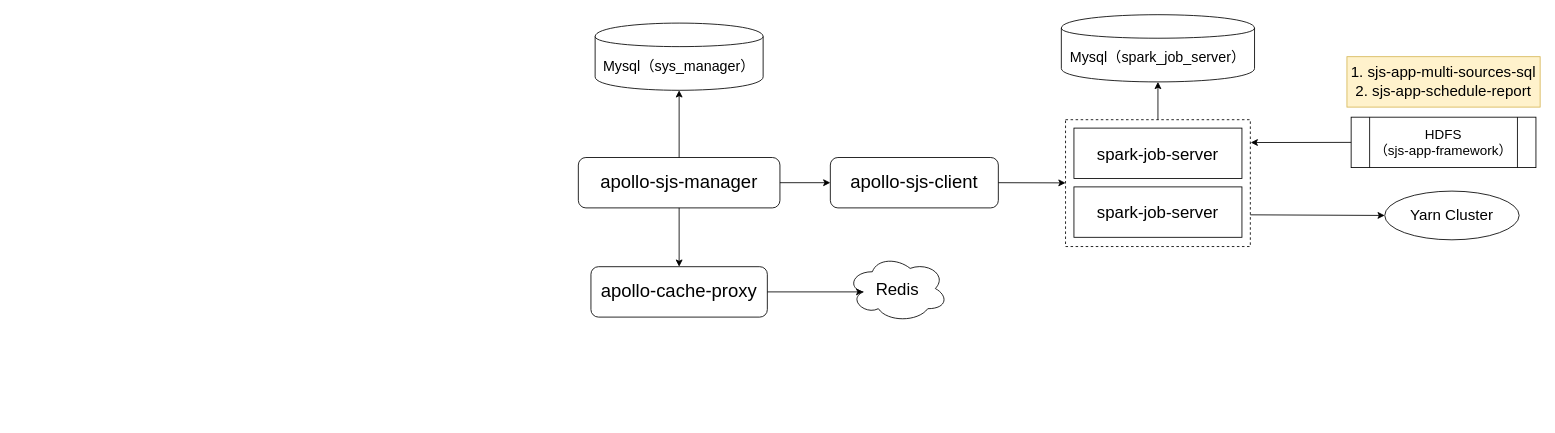
The draw.io diagram map/sjs架构图.drawio in imperio-wxm/draw, before the edit. Source tidied: cells renumbered, new cells numbered last; positions are measured from the earlier drawing's top-left corner, leaving out a move shared by most shapes. Both pictures are drawn from the tidied source at 84%, with x=0, y=0 at pixel (578, 14).
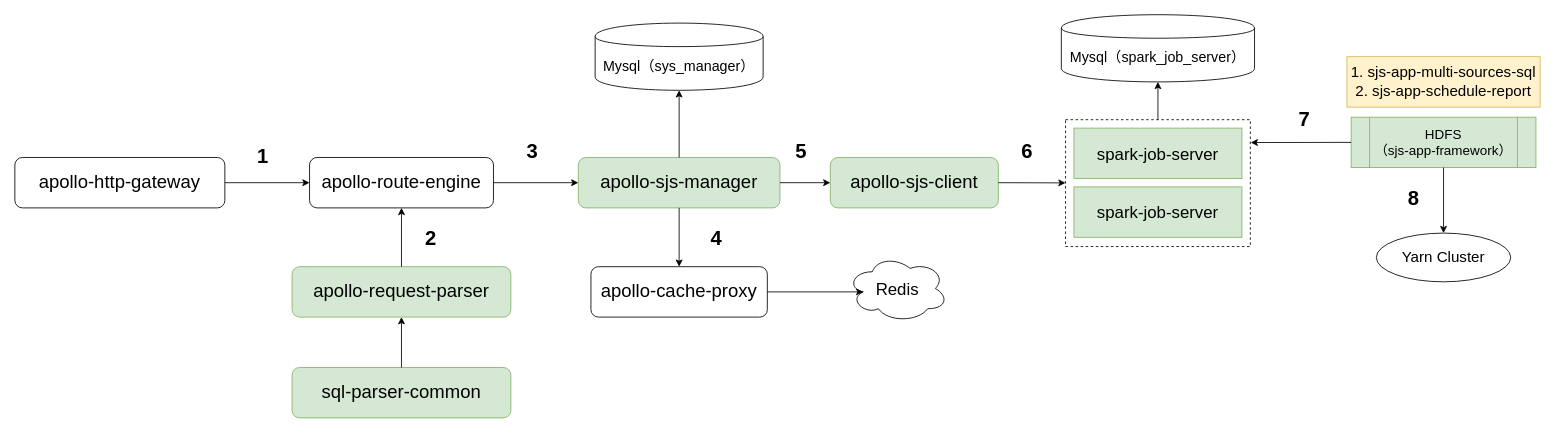
After the change.

Commit message:
更新sjs架构图.drawio

The change refers to these unchanged cells:
```xml
<mxCell id="10" style="group;" parent="1" vertex="1">
  <mxGeometry x="580" y="125" width="220" height="150" as="geometry" />
</mxCell>
<mxCell id="11" style="rounded=0;whiteSpace=wrap;html=1;fillColor=none;dashed=1;" parent="10" vertex="1">
  <mxGeometry width="220" height="151" as="geometry" />
</mxCell>
```

What changed in the source:
```diff
@@
-    <mxCell id="2" value="&lt;font style=&quot;font-size: 22px&quot;&gt;apollo-sjs-manager&lt;/font&gt;" style="rounded=1;whiteSpace=wrap;html=1;" parent="1" vertex="1">
+    <mxCell id="2" value="&lt;font style=&quot;font-size: 22px&quot;&gt;apollo-sjs-manager&lt;/font&gt;" style="rounded=1;whiteSpace=wrap;html=1;fillColor=#d5e8d4;strokeColor=#82b366;" parent="1" vertex="1">
       <mxGeometry y="170" width="240" height="60" as="geometry" />
     </mxCell>
@@
-    <mxCell id="9" value="&lt;font style=&quot;font-size: 22px&quot;&gt;apollo-sjs-client&lt;/font&gt;" style="rounded=1;whiteSpace=wrap;html=1;" parent="1" vertex="1">
+    <mxCell id="9" value="&lt;font style=&quot;font-size: 22px&quot;&gt;apollo-sjs-client&lt;/font&gt;" style="rounded=1;whiteSpace=wrap;html=1;fillColor=#d5e8d4;strokeColor=#82b366;" parent="1" vertex="1">
       <mxGeometry x="300" y="170" width="200" height="60" as="geometry" />
     </mxCell>
@@
-    <mxCell id="12" value="&lt;font style=&quot;font-size: 20px&quot;&gt;spark-job-server&lt;/font&gt;" style="rounded=0;whiteSpace=wrap;html=1;" parent="10" vertex="1">
+    <mxCell id="12" value="&lt;font style=&quot;font-size: 20px&quot;&gt;spark-job-server&lt;/font&gt;" style="rounded=0;whiteSpace=wrap;html=1;fillColor=#d5e8d4;strokeColor=#82b366;" parent="10" vertex="1">
       <mxGeometry x="10" y="10" width="200" height="60" as="geometry" />
     </mxCell>
-    <mxCell id="13" value="&lt;font style=&quot;font-size: 20px&quot;&gt;spark-job-server&lt;/font&gt;" style="rounded=0;whiteSpace=wrap;html=1;" parent="10" vertex="1">
+    <mxCell id="13" value="&lt;font style=&quot;font-size: 20px&quot;&gt;spark-job-server&lt;/font&gt;" style="rounded=0;whiteSpace=wrap;html=1;fillColor=#d5e8d4;strokeColor=#82b366;" parent="10" vertex="1">
       <mxGeometry x="10" y="80" width="200" height="60" as="geometry" />
     </mxCell>
@@
-    <mxCell id="18" value="&lt;font style=&quot;font-size: 16px&quot;&gt;HDFS&lt;br&gt;（sjs-app-framework）&lt;/font&gt;" style="shape=process;whiteSpace=wrap;html=1;backgroundOutline=1;fillColor=none;" parent="1" vertex="1">
+    <mxCell id="18" value="&lt;font style=&quot;font-size: 16px&quot;&gt;HDFS&lt;br&gt;（sjs-app-framework）&lt;/font&gt;" style="shape=process;whiteSpace=wrap;html=1;backgroundOutline=1;fillColor=#d5e8d4;strokeColor=#82b366;" parent="1" vertex="1">
       <mxGeometry x="920" y="122" width="220" height="60" as="geometry" />
     </mxCell>
@@
     <mxCell id="20" value="&lt;font style=&quot;font-size: 18px&quot;&gt;Yarn Cluster&lt;/font&gt;" style="ellipse;whiteSpace=wrap;html=1;fillColor=none;" parent="1" vertex="1">
-      <mxGeometry x="960" y="210" width="160" height="58" as="geometry" />
+      <mxGeometry x="950" y="260" width="160" height="58" as="geometry" />
     </mxCell>
-    <mxCell id="21" style="endArrow=classic;html=1;exitX=1;exitY=0.75;exitDx=0;exitDy=0;entryX=0;entryY=0.5;entryDx=0;entryDy=0;" parent="1" edge="1" source="11" target="20">
-      <mxGeometry relative="1" as="geometry" />
-    </mxCell>
@@
+    <mxCell id="23" value="&lt;font style=&quot;font-size: 22px&quot;&gt;apollo-route-engine&lt;/font&gt;" style="rounded=1;whiteSpace=wrap;html=1;" parent="1" vertex="1">
+      <mxGeometry x="-320" y="170" width="219" height="60" as="geometry" />
+    </mxCell>
+    <mxCell id="24" style="endArrow=classic;html=1;exitX=1;exitY=0.5;exitDx=0;exitDy=0;" parent="1" edge="1" source="23" target="2">
+      <mxGeometry relative="1" as="geometry" />
+    </mxCell>
+    <mxCell id="25" value="&lt;font style=&quot;font-size: 22px&quot;&gt;apollo-request-parser&lt;/font&gt;" style="rounded=1;whiteSpace=wrap;html=1;fillColor=#d5e8d4;strokeColor=#82b366;" parent="1" vertex="1">
+      <mxGeometry x="-340.8" y="300" width="260.5" height="60" as="geometry" />
+    </mxCell>
+    <mxCell id="26" style="endArrow=classic;html=1;exitX=0.5;exitY=0;exitDx=0;exitDy=0;" parent="1" edge="1" source="25" target="23">
+      <mxGeometry relative="1" as="geometry" />
+    </mxCell>
+    <mxCell id="27" value="&lt;font style=&quot;font-size: 22px&quot;&gt;apollo-http-gateway&lt;/font&gt;" style="rounded=1;whiteSpace=wrap;html=1;" parent="1" vertex="1">
+      <mxGeometry x="-670.8" y="170" width="250" height="60" as="geometry" />
+    </mxCell>
+    <mxCell id="28" style="endArrow=classic;html=1;exitX=1;exitY=0.5;exitDx=0;exitDy=0;" parent="1" edge="1" source="27" target="23">
+      <mxGeometry relative="1" as="geometry" />
+    </mxCell>
+    <mxCell id="29" value="1" style="text;strokeColor=none;fillColor=none;html=1;fontSize=24;fontStyle=1;verticalAlign=middle;align=center;" parent="1" vertex="1">
+      <mxGeometry x="-400.8" y="150" width="50" height="38" as="geometry" />
+    </mxCell>
+    <mxCell id="30" value="2" style="text;strokeColor=none;fillColor=none;html=1;fontSize=24;fontStyle=1;verticalAlign=middle;align=center;" parent="1" vertex="1">
+      <mxGeometry x="-200.8" y="248" width="50" height="38" as="geometry" />
+    </mxCell>
+    <mxCell id="31" value="3" style="text;strokeColor=none;fillColor=none;html=1;fontSize=24;fontStyle=1;verticalAlign=middle;align=center;" parent="1" vertex="1">
+      <mxGeometry x="-80.3" y="144" width="50" height="38" as="geometry" />
+    </mxCell>
+    <mxCell id="32" value="5" style="text;strokeColor=none;fillColor=none;html=1;fontSize=24;fontStyle=1;verticalAlign=middle;align=center;" parent="1" vertex="1">
+      <mxGeometry x="240" y="144" width="50" height="38" as="geometry" />
+    </mxCell>
+    <mxCell id="33" value="4" style="text;strokeColor=none;fillColor=none;html=1;fontSize=24;fontStyle=1;verticalAlign=middle;align=center;" parent="1" vertex="1">
+      <mxGeometry x="139.2" y="248" width="50" height="38" as="geometry" />
+    </mxCell>
+    <mxCell id="34" value="6" style="text;strokeColor=none;fillColor=none;html=1;fontSize=24;fontStyle=1;verticalAlign=middle;align=center;" parent="1" vertex="1">
+      <mxGeometry x="509.2" y="144" width="50" height="38" as="geometry" />
+    </mxCell>
+    <mxCell id="35" value="7" style="text;strokeColor=none;fillColor=none;html=1;fontSize=24;fontStyle=1;verticalAlign=middle;align=center;" parent="1" vertex="1">
+      <mxGeometry x="839.2" y="106" width="50" height="38" as="geometry" />
+    </mxCell>
+    <mxCell id="36" value="8" style="text;strokeColor=none;fillColor=none;html=1;fontSize=24;fontStyle=1;verticalAlign=middle;align=center;" parent="1" vertex="1">
+      <mxGeometry x="969.2" y="200" width="50" height="38" as="geometry" />
+    </mxCell>
+    <mxCell id="37" value="&lt;font style=&quot;font-size: 22px&quot;&gt;sql-parser-common&lt;/font&gt;" style="rounded=1;whiteSpace=wrap;html=1;fillColor=#d5e8d4;strokeColor=#82b366;" parent="1" vertex="1">
+      <mxGeometry x="-340.8" y="420" width="260.5" height="60" as="geometry" />
+    </mxCell>
+    <mxCell id="38" style="endArrow=classic;html=1;exitX=0.5;exitY=0;exitDx=0;exitDy=0;entryX=0.5;entryY=1;entryDx=0;entryDy=0;" parent="1" edge="1" source="37" target="25">
+      <mxGeometry relative="1" as="geometry" />
+    </mxCell>
+    <mxCell id="39" style="endArrow=classic;html=1;exitX=0.5;exitY=1;exitDx=0;exitDy=0;entryX=0.5;entryY=0;entryDx=0;entryDy=0;" parent="1" edge="1" source="18" target="20">
+      <mxGeometry relative="1" as="geometry" />
+    </mxCell>
```
